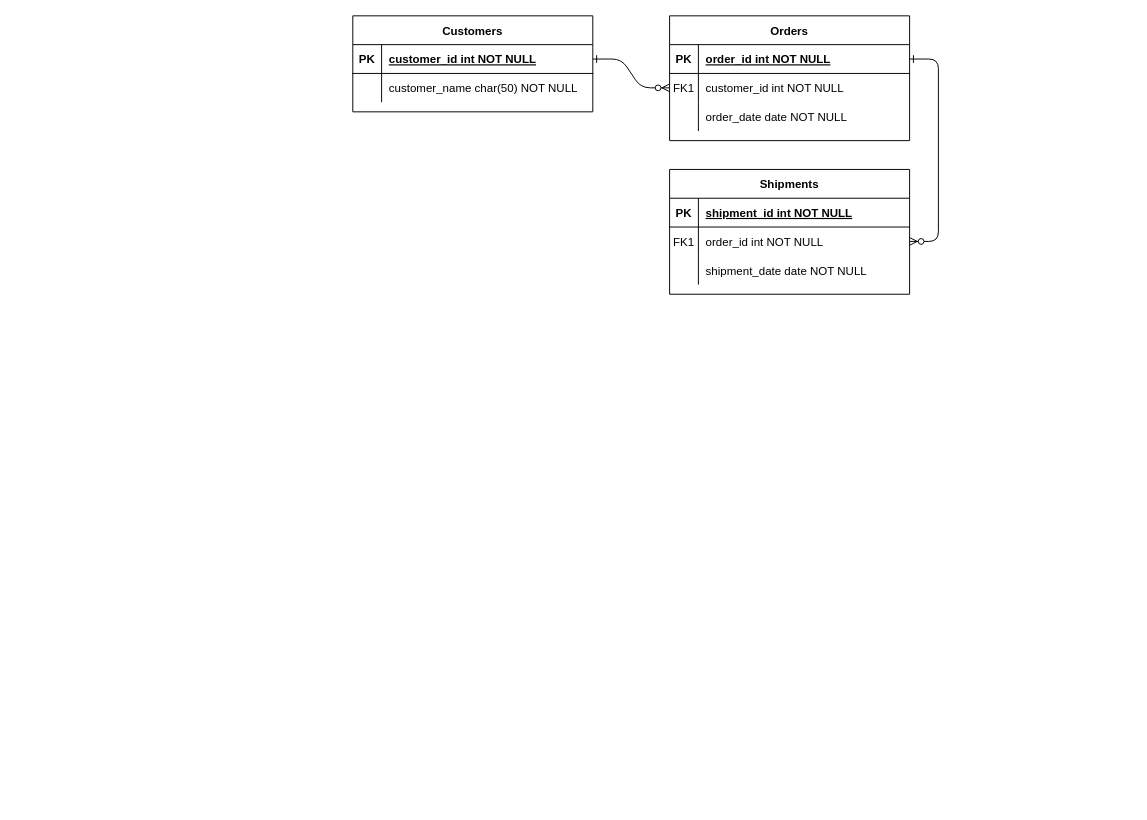
Earlier version of the draw.io diagram Untitled Diagram.drawio (T-lamo/datawarehouse). Source tidied: cells renumbered, new cells numbered last; positions are measured from the earlier drawing's top-left corner, leaving out a move shared by most shapes. Both pictures are drawn from the tidied source at 96%, with x=0, y=0 at pixel (352, 15).
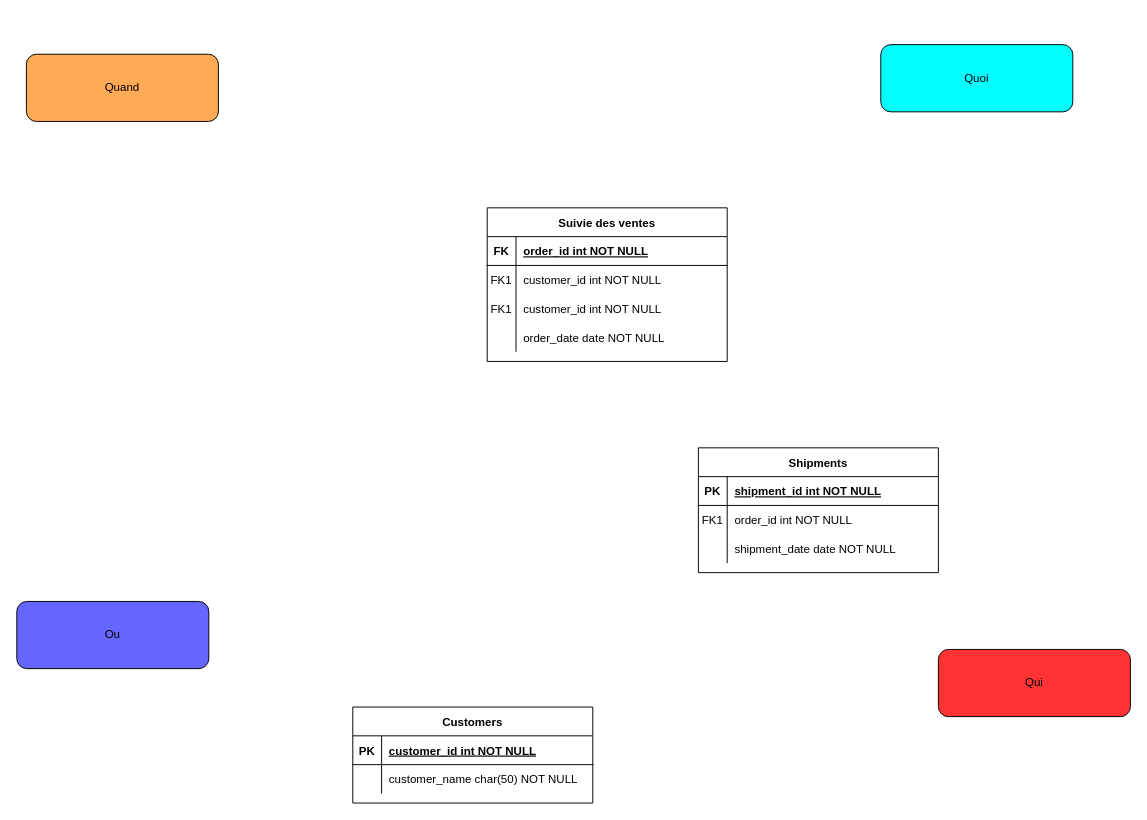
After the change.

The change refers to these unchanged cells:
```xml
<mxCell id="5" style="shape=partialRectangle;fillColor=none;points=[[0,0.5],[1,0.5]];portConstraint=eastwest;top=0;left=0;right=0;bottom=1;" parent="4" vertex="1">
  <mxGeometry y="30" width="250" height="30" as="geometry" />
</mxCell>
<mxCell id="8" style="shape=partialRectangle;fillColor=none;points=[[0,0.5],[1,0.5]];portConstraint=eastwest;top=0;left=0;right=0;bottom=0;" parent="4" vertex="1">
  <mxGeometry y="60" width="250" height="30" as="geometry" />
</mxCell>
<mxCell id="18" style="shape=partialRectangle;fillColor=none;points=[[0,0.5],[1,0.5]];portConstraint=eastwest;top=0;left=0;right=0;bottom=0;" parent="14" vertex="1">
  <mxGeometry y="60" width="250" height="30" as="geometry" />
</mxCell>
<mxCell id="25" style="shape=partialRectangle;fillColor=none;points=[[0,0.5],[1,0.5]];portConstraint=eastwest;top=0;left=0;right=0;bottom=1;" parent="24" vertex="1">
  <mxGeometry y="30" width="250" height="30" as="geometry" />
</mxCell>
```

Change to the diagram source:
```diff
@@
-    <mxCell id="2" style="edgeStyle=entityRelationEdgeStyle;endArrow=ERzeroToMany;startArrow=ERone;endFill=1;startFill=0;" parent="1" edge="1" source="25" target="8">
-      <mxGeometry relative="1" as="geometry" />
-    </mxCell>
-    <mxCell id="3" style="edgeStyle=entityRelationEdgeStyle;endArrow=ERzeroToMany;startArrow=ERone;endFill=1;startFill=0;" parent="1" edge="1" source="5" target="18">
-      <mxGeometry relative="1" as="geometry" />
-    </mxCell>
-    <mxCell id="4" value="Orders" style="shape=table;startSize=30;childLayout=tableLayout;rowLines=0;fontStyle=1;align=center;" parent="1" vertex="1">
-      <mxGeometry x="330" width="250" height="130" as="geometry" />
+    <mxCell id="4" value="Suivie des ventes" style="shape=table;startSize=30;childLayout=tableLayout;rowLines=0;fontStyle=1;align=center;" parent="1" vertex="1">
+      <mxGeometry x="140" y="200" width="250" height="160" as="geometry" />
     </mxCell>
@@
-    <mxCell id="6" value="PK" style="shape=partialRectangle;overflow=hidden;fillColor=none;top=0;left=0;bottom=0;right=0;fontStyle=1;" parent="5" vertex="1">
+    <mxCell id="6" value="FK" style="shape=partialRectangle;overflow=hidden;fillColor=none;top=0;left=0;bottom=0;right=0;fontStyle=1;" parent="5" vertex="1">
       <mxGeometry width="30" height="30" as="geometry" />
     </mxCell>
@@
+    <mxCell id="31" style="shape=partialRectangle;fillColor=none;top=0;left=0;right=0;bottom=0;" parent="4" vertex="1">
+      <mxGeometry y="90" width="250" height="30" as="geometry" />
+    </mxCell>
+    <mxCell id="32" value="FK1" style="shape=partialRectangle;overflow=hidden;fillColor=none;top=0;left=0;bottom=0;right=0;" parent="31" vertex="1">
+      <mxGeometry width="30" height="30" as="geometry" />
+    </mxCell>
+    <mxCell id="33" value="customer_id int NOT NULL" style="shape=partialRectangle;overflow=hidden;fillColor=none;top=0;left=0;bottom=0;right=0;align=left;spacingLeft=6;" parent="31" vertex="1">
+      <mxGeometry x="30" width="220" height="30" as="geometry" />
+    </mxCell>
     <mxCell id="11" style="shape=partialRectangle;fillColor=none;top=0;left=0;right=0;bottom=0;" parent="4" vertex="1">
-      <mxGeometry y="90" width="250" height="30" as="geometry" />
+      <mxGeometry y="120" width="250" height="30" as="geometry" />
     </mxCell>
@@
     <mxCell id="14" value="Shipments" style="shape=table;startSize=30;childLayout=tableLayout;rowLines=0;fontStyle=1;align=center;" parent="1" vertex="1">
-      <mxGeometry x="330" y="160" width="250" height="130" as="geometry" />
+      <mxGeometry x="360" y="450" width="250" height="130" as="geometry" />
     </mxCell>
@@
     <mxCell id="24" value="Customers" style="shape=table;startSize=30;childLayout=tableLayout;rowLines=0;fontStyle=1;align=center;" parent="1" vertex="1">
-      <mxGeometry width="250" height="100" as="geometry" />
+      <mxGeometry y="720" width="250" height="100" as="geometry" />
     </mxCell>
@@
+    <mxCell id="34" value="Quand" style="rounded=1;whiteSpace=wrap;html=1;fillColor=#FFAA54;" parent="1" vertex="1">
+      <mxGeometry x="-340" y="40" width="200" height="70" as="geometry" />
+    </mxCell>
+    <mxCell id="35" value="Qui" style="rounded=1;whiteSpace=wrap;html=1;fillColor=#FF3333;" parent="1" vertex="1">
+      <mxGeometry x="610" y="660" width="200" height="70" as="geometry" />
+    </mxCell>
+    <mxCell id="36" value="Quoi" style="rounded=1;whiteSpace=wrap;html=1;fillColor=#00FFFF;" parent="1" vertex="1">
+      <mxGeometry x="550" y="30" width="200" height="70" as="geometry" />
+    </mxCell>
+    <mxCell id="37" value="Ou" style="rounded=1;whiteSpace=wrap;html=1;fillColor=#6666FF;" parent="1" vertex="1">
+      <mxGeometry x="-350" y="610" width="200" height="70" as="geometry" />
+    </mxCell>
```
